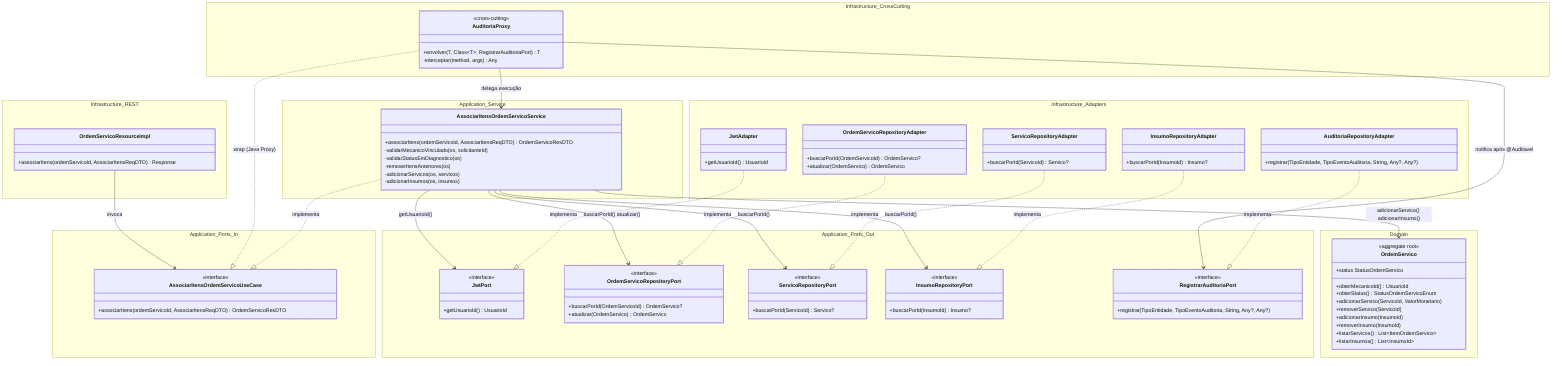
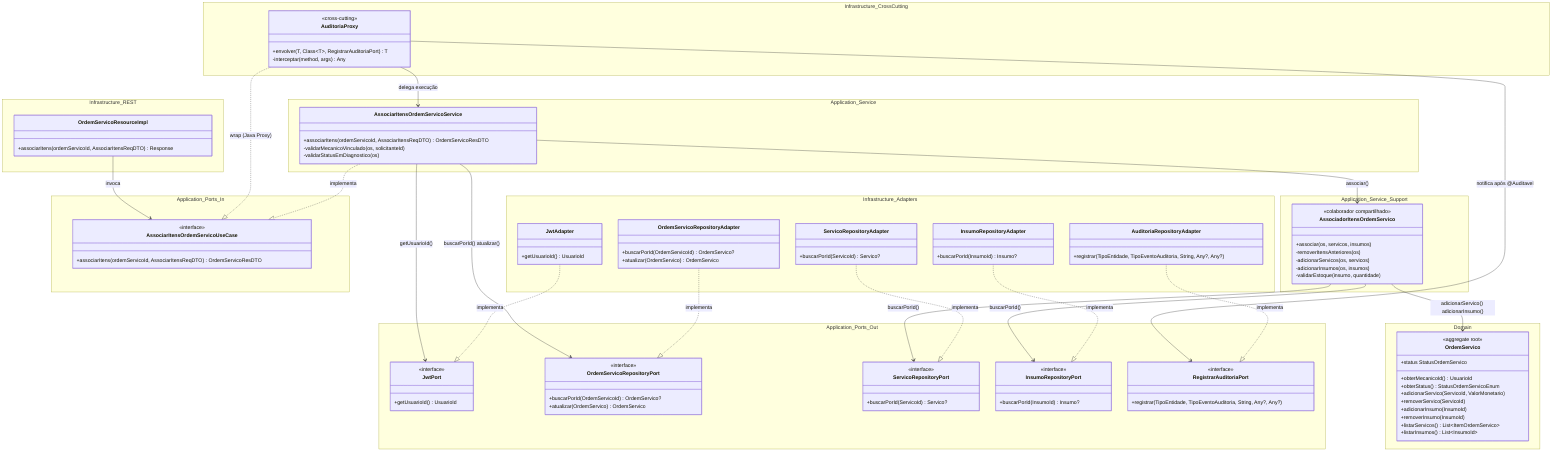
classDiagram
    direction TB

    namespace Infrastructure_REST {
        class OrdemServicoResourceImpl {
            +associarItens(ordemServicoId, AssociarItensReqDTO) Response
        }
    }

    namespace Infrastructure_CrossCutting {
        class AuditoriaProxy {
            <<cross-cutting>>
            +envolver(T, Class~T~, RegistrarAuditoriaPort) T
            -interceptar(method, args) Any
        }
    }

    namespace Application_Ports_In {
        class AssociarItensOrdemServicoUseCase {
            <<interface>>
            +associarItens(ordemServicoId, AssociarItensReqDTO) OrdemServicoResDTO
        }
    }

    namespace Application_Service {
        class AssociarItensOrdemServicoService {
            +associarItens(ordemServicoId, AssociarItensReqDTO) OrdemServicoResDTO
            -validarMecanicoVinculado(os, solicitanteId)
            -validarStatusEmDiagnostico(os)
+         }
+     }
+ 
+     namespace Application_Service_Support {
+         class AssociadorItensOrdemServico {
+             <<colaborador compartilhado>>
+             +associar(os, servicos, insumos)
            -removerItensAnteriores(os)
            -adicionarServicos(os, servicos)
            -adicionarInsumos(os, insumos)
+             -validarEstoque(insumo, quantidade)
        }
    }

    namespace Application_Ports_Out {
        class JwtPort {
            <<interface>>
            +getUsuarioId() UsuarioId
        }
        class OrdemServicoRepositoryPort {
            <<interface>>
            +buscarPorId(OrdemServicoId) OrdemServico?
            +atualizar(OrdemServico) OrdemServico
        }
        class ServicoRepositoryPort {
            <<interface>>
            +buscarPorId(ServicoId) Servico?
        }
        class InsumoRepositoryPort {
            <<interface>>
            +buscarPorId(InsumoId) Insumo?
        }
        class RegistrarAuditoriaPort {
            <<interface>>
            +registrar(TipoEntidade, TipoEventoAuditoria, String, Any?, Any?)
        }
    }

    namespace Domain {
        class OrdemServico {
            <<aggregate root>>
            +status StatusOrdemServico
            +obterMecanicoId() UsuarioId
            +obterStatus() StatusOrdemServicoEnum
            +adicionarServico(ServicoId, ValorMonetario)
            +removerServico(ServicoId)
            +adicionarInsumo(InsumoId)
            +removerInsumo(InsumoId)
            +listarServicos() List~ItemOrdemServico~
            +listarInsumos() List~InsumoId~
        }
    }

    namespace Infrastructure_Adapters {
        class JwtAdapter {
            +getUsuarioId() UsuarioId
        }
        class OrdemServicoRepositoryAdapter {
            +buscarPorId(OrdemServicoId) OrdemServico?
            +atualizar(OrdemServico) OrdemServico
        }
        class ServicoRepositoryAdapter {
            +buscarPorId(ServicoId) Servico?
        }
        class InsumoRepositoryAdapter {
            +buscarPorId(InsumoId) Insumo?
        }
        class AuditoriaRepositoryAdapter {
            +registrar(TipoEntidade, TipoEventoAuditoria, String, Any?, Any?)
        }
    }

    OrdemServicoResourceImpl --> AssociarItensOrdemServicoUseCase : invoca

    AuditoriaProxy ..|> AssociarItensOrdemServicoUseCase : wrap (Java Proxy)
    AuditoriaProxy --> AssociarItensOrdemServicoService : delega execução
    AuditoriaProxy --> RegistrarAuditoriaPort : notifica após @Auditavel

    AssociarItensOrdemServicoService ..|> AssociarItensOrdemServicoUseCase : implementa
    AssociarItensOrdemServicoService --> JwtPort : getUsuarioId()
    AssociarItensOrdemServicoService --> OrdemServicoRepositoryPort : buscarPorId() atualizar()
-     AssociarItensOrdemServicoService --> ServicoRepositoryPort : buscarPorId()
-     AssociarItensOrdemServicoService --> InsumoRepositoryPort : buscarPorId()
-     AssociarItensOrdemServicoService --> OrdemServico : adicionarServico() adicionarInsumo()
+     AssociarItensOrdemServicoService --> AssociadorItensOrdemServico : associar()
+ 
+     AssociadorItensOrdemServico --> ServicoRepositoryPort : buscarPorId()
+     AssociadorItensOrdemServico --> InsumoRepositoryPort : buscarPorId()
+     AssociadorItensOrdemServico --> OrdemServico : adicionarServico() adicionarInsumo()

    JwtAdapter ..|> JwtPort : implementa
    OrdemServicoRepositoryAdapter ..|> OrdemServicoRepositoryPort : implementa
    ServicoRepositoryAdapter ..|> ServicoRepositoryPort : implementa
    InsumoRepositoryAdapter ..|> InsumoRepositoryPort : implementa
    AuditoriaRepositoryAdapter ..|> RegistrarAuditoriaPort : implementa
